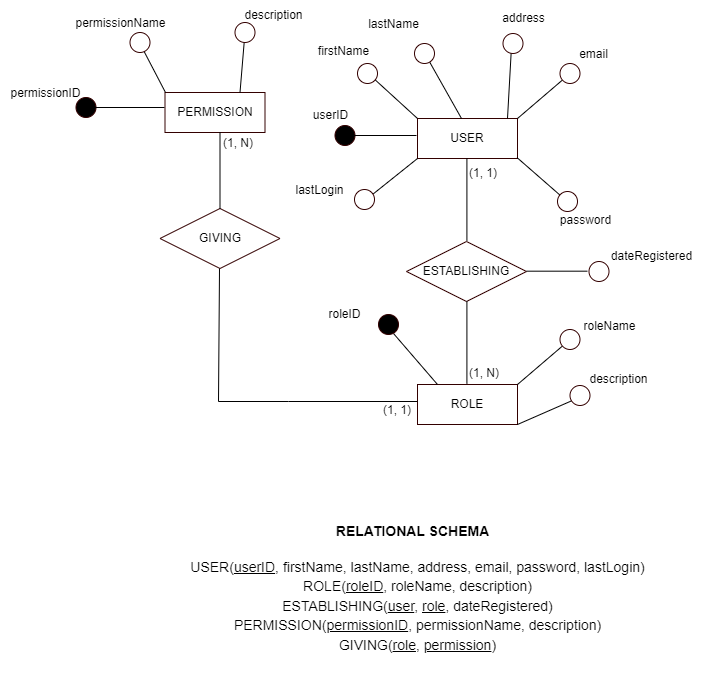
The draw.io diagram schema/e-r_model_users.png in malrau/da_wp_project, before a commit. Source tidied: cells renumbered, new cells last; positions are measured from the earlier drawing's top-left corner, leaving out a move shared by most shapes.
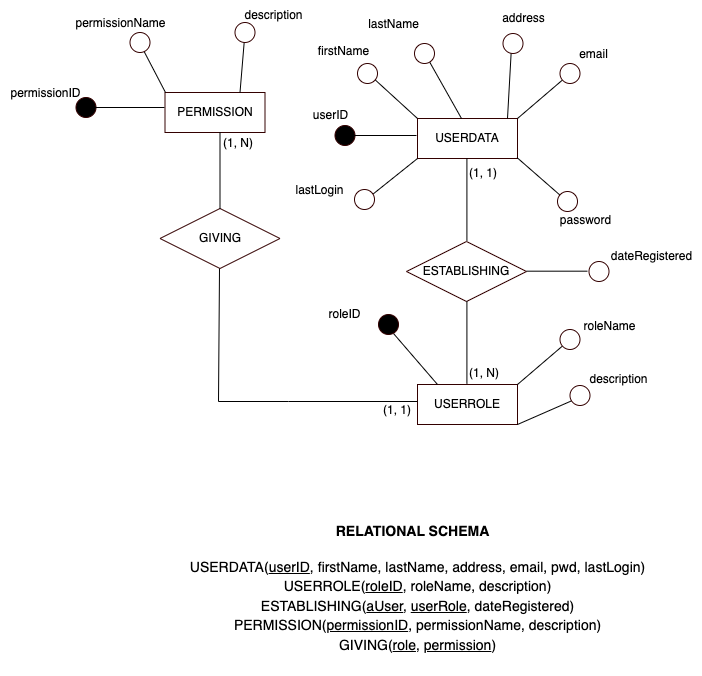
After the change.

Commit message:
Add MySQL script to create users database, change schema to avoid using MySQL keywords in table names and attribute names

Change to the diagram source:
```diff
@@ -35,7 +35,7 @@
         <mxPoint x="1" y="19" as="offset" />
       </mxGeometry>
     </mxCell>
-    <mxCell id="11" value="USER" style="whiteSpace=wrap;html=1;align=center;shadow=0;sketch=0;fillStyle=solid;strokeColor=#330000;strokeWidth=1;fillColor=#FFFFFF;" parent="1" vertex="1">
+    <mxCell id="11" value="USERDATA" style="whiteSpace=wrap;html=1;align=center;shadow=0;sketch=0;fillStyle=solid;strokeColor=#330000;strokeWidth=1;fillColor=#FFFFFF;" parent="1" vertex="1">
       <mxGeometry x="418" y="118" width="100" height="40" as="geometry" />
     </mxCell>
     <mxCell id="12" style="endArrow=none;html=1;rounded=0;" parent="1" edge="1">
@@ -63,7 +63,7 @@
         <mxPoint x="1" y="-2" as="offset" />
       </mxGeometry>
     </mxCell>
-    <mxCell id="17" value="ROLE" style="whiteSpace=wrap;html=1;align=center;shadow=0;sketch=0;fillStyle=solid;strokeColor=#330000;strokeWidth=1;fillColor=#FFFFFF;" parent="1" vertex="1">
+    <mxCell id="17" value="USERROLE" style="whiteSpace=wrap;html=1;align=center;shadow=0;sketch=0;fillStyle=solid;strokeColor=#330000;strokeWidth=1;fillColor=#FFFFFF;" parent="1" vertex="1">
       <mxGeometry x="418" y="384" width="100" height="40" as="geometry" />
     </mxCell>
     <mxCell id="18" style="endArrow=none;html=1;rounded=0;" parent="1" edge="1">
@@ -107,7 +107,7 @@
     <mxCell id="27" value="password" style="text;html=1;align=center;verticalAlign=middle;strokeColor=none;fillColor=none;" parent="1" vertex="1">
       <mxGeometry x="550.5" y="205" width="70" height="30" as="geometry" />
     </mxCell>
-    <mxCell id="28" value="&lt;p style=&quot;line-height: 140%;&quot;&gt;USER(&lt;u&gt;userID&lt;/u&gt;, firstName, lastName, address, email, password,&amp;nbsp;lastLogin)&lt;br&gt;ROLE(&lt;u&gt;roleID&lt;/u&gt;, roleName, description)&lt;br style=&quot;border-color: var(--border-color);&quot;&gt;ESTABLISHING(&lt;u&gt;user&lt;/u&gt;, &lt;u&gt;role&lt;/u&gt;, dateRegistered)&lt;br&gt;PERMISSION(&lt;u&gt;permissionID&lt;/u&gt;, permissionName, description)&lt;br style=&quot;border-color: var(--border-color);&quot;&gt;GIVING(&lt;u&gt;role&lt;/u&gt;, &lt;u&gt;permission&lt;/u&gt;)&lt;br&gt;&lt;/p&gt;" style="text;html=1;align=center;verticalAlign=middle;strokeColor=none;fillColor=none;fontSize=14;" parent="1" vertex="1">
+    <mxCell id="28" value="&lt;p style=&quot;line-height: 140%;&quot;&gt;USERDATA(&lt;u&gt;userID&lt;/u&gt;, firstName, lastName, address, email, pwd,&amp;nbsp;lastLogin)&lt;br&gt;USERROLE(&lt;u&gt;roleID&lt;/u&gt;, roleName, description)&lt;br style=&quot;border-color: var(--border-color);&quot;&gt;ESTABLISHING(&lt;u&gt;aUser&lt;/u&gt;, &lt;u&gt;userRole&lt;/u&gt;, dateRegistered)&lt;br&gt;PERMISSION(&lt;u&gt;permissionID&lt;/u&gt;, permissionName, description)&lt;br style=&quot;border-color: var(--border-color);&quot;&gt;GIVING(&lt;u&gt;role&lt;/u&gt;, &lt;u&gt;permission&lt;/u&gt;)&lt;br&gt;&lt;/p&gt;" style="text;html=1;align=center;verticalAlign=middle;strokeColor=none;fillColor=none;fontSize=14;" parent="1" vertex="1">
       <mxGeometry x="178" y="536" width="480" height="140" as="geometry" />
     </mxCell>
     <mxCell id="29" value="&lt;b&gt;RELATIONAL SCHEMA&lt;/b&gt;" style="text;html=1;align=center;verticalAlign=middle;strokeColor=none;fillColor=none;fontSize=14;" parent="1" vertex="1">
```
